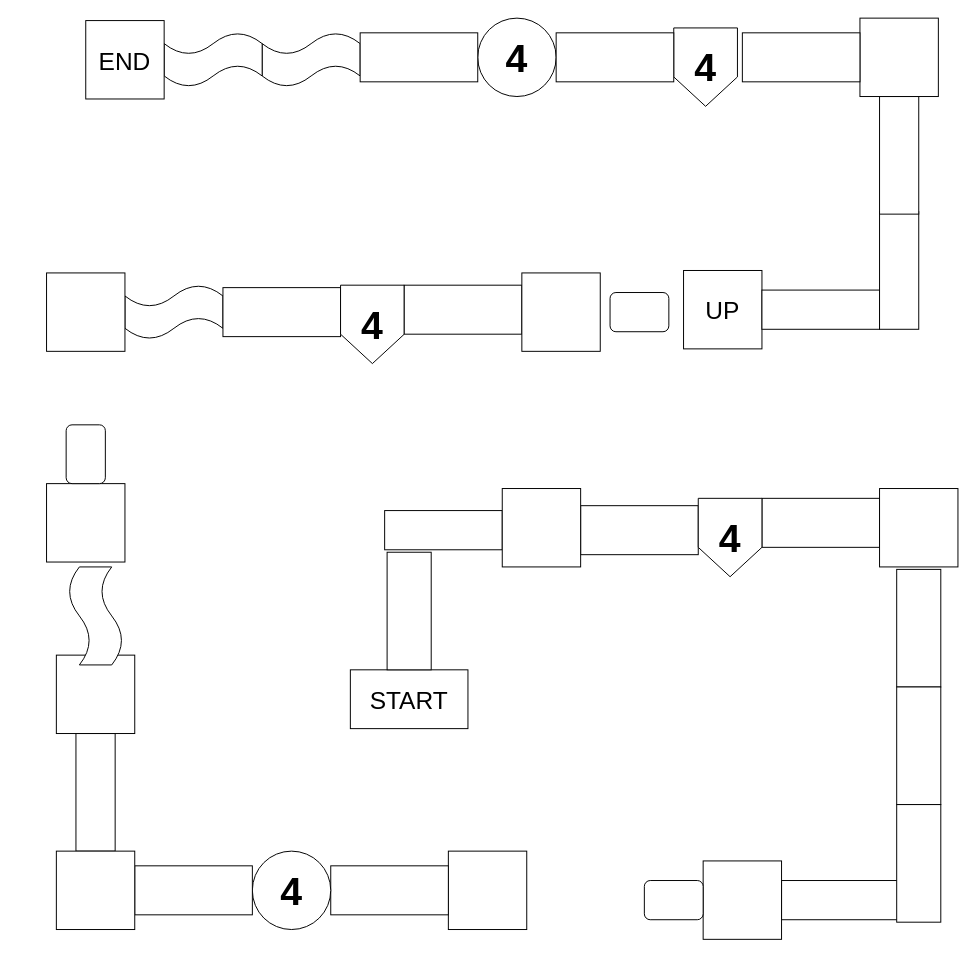
This is Level Design/Level_3.drawio from CrystalxBlade/Sky-Ball, a draw.io file, before an edit. Source tidied: cells renumbered, new cells numbered last; positions are measured from the earlier drawing's top-left corner, leaving out a move shared by most shapes. Both pictures are drawn from the tidied source at 98%, with x=0, y=0 at pixel (36, 18).
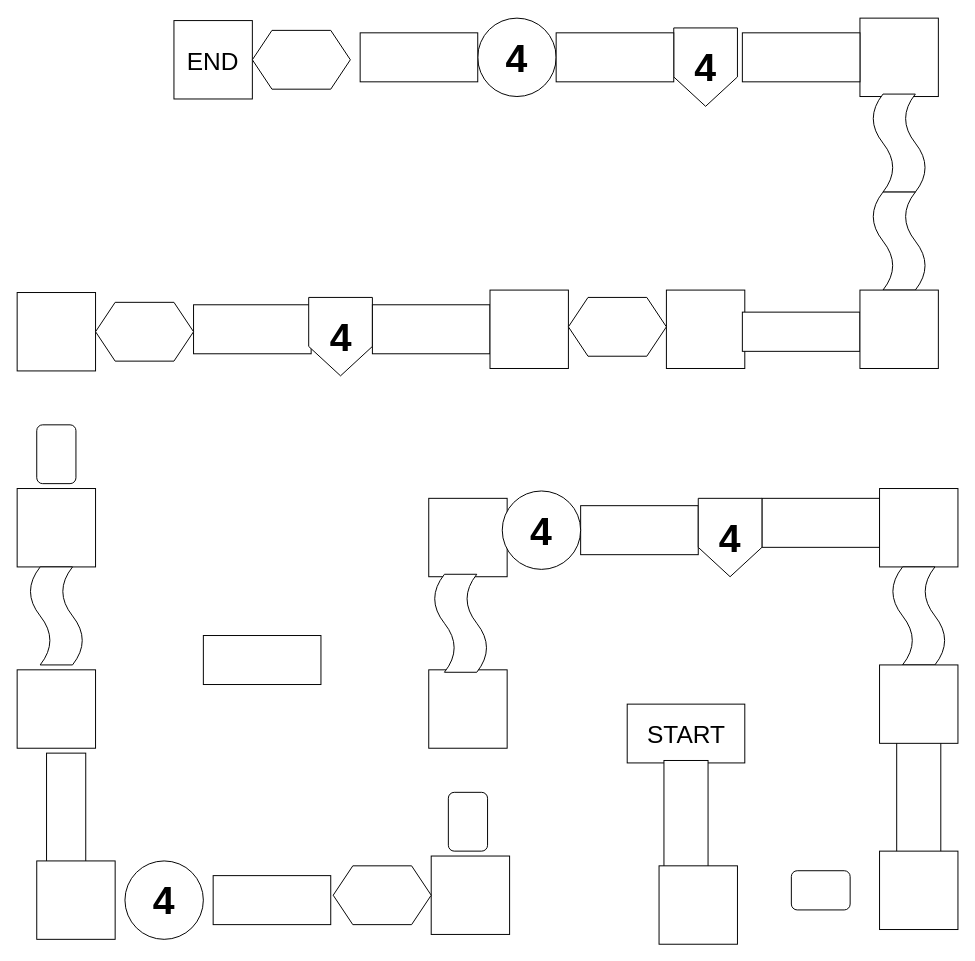
Above is the later version.

The edit, as a diff of the source:
```diff
@@
     <mxCell id="2" value="&lt;font style=&quot;font-size: 25px; color: light-dark(rgb(0, 0, 0), rgb(153, 51, 255));&quot;&gt;START&lt;/font&gt;" style="rounded=0;whiteSpace=wrap;html=1;fillColor=light-dark(#FFFFFF,#FFCC99);" parent="1" vertex="1">
-      <mxGeometry x="320" y="665" width="120" height="60" as="geometry" />
+      <mxGeometry x="602.5" y="700" width="120" height="60" as="geometry" />
     </mxCell>
     <mxCell id="3" style="rounded=0;whiteSpace=wrap;html=1;fillColor=light-dark(#FFFFFF,#CCCCCC);rotation=90;" parent="1" vertex="1">
-      <mxGeometry x="320" y="582.5" width="120" height="45" as="geometry" />
+      <mxGeometry x="602.5" y="795" width="120" height="45" as="geometry" />
     </mxCell>
-    <mxCell id="4" style="rounded=0;whiteSpace=wrap;html=1;fillColor=light-dark(#FFFFFF,#CCCCCC);rotation=-180;" parent="1" vertex="1">
-      <mxGeometry x="355" y="502.5" width="120" height="40" as="geometry" />
-    </mxCell>
@@
     <mxCell id="6" style="whiteSpace=wrap;html=1;fillColor=light-dark(#FFFFFF,#FFCC99);" parent="1" vertex="1">
-      <mxGeometry x="475" y="480" width="80" height="80" as="geometry" />
+      <mxGeometry x="400" y="490" width="80" height="80" as="geometry" />
     </mxCell>
@@
-    <mxCell id="9" style="rounded=0;whiteSpace=wrap;html=1;fillColor=light-dark(#FFFFFF,#CCCCCC);rotation=90;" parent="1" vertex="1">
-      <mxGeometry x="840" y="600" width="120" height="45" as="geometry" />
-    </mxCell>
     <mxCell id="10" style="rounded=0;whiteSpace=wrap;html=1;fillColor=light-dark(#FFFFFF,#CCCCCC);rotation=90;" parent="1" vertex="1">
-      <mxGeometry x="840" y="720" width="120" height="45" as="geometry" />
+      <mxGeometry x="840" y="770" width="120" height="45" as="geometry" />
     </mxCell>
-    <mxCell id="11" style="rounded=0;whiteSpace=wrap;html=1;fillColor=light-dark(#FFFFFF,#CCCCCC);rotation=-180;" parent="1" vertex="1">
-      <mxGeometry x="760" y="880" width="120" height="40" as="geometry" />
-    </mxCell>
-    <mxCell id="12" style="rounded=0;whiteSpace=wrap;html=1;fillColor=light-dark(#FFFFFF,#CCCCCC);rotation=90;" parent="1" vertex="1">
-      <mxGeometry x="840" y="840" width="120" height="45" as="geometry" />
-    </mxCell>
@@
     <mxCell id="14" style="whiteSpace=wrap;html=1;fillColor=light-dark(#FFFFFF,#FFCC99);" parent="1" vertex="1">
-      <mxGeometry x="680" y="860" width="80" height="80" as="geometry" />
+      <mxGeometry x="400" y="665" width="80" height="80" as="geometry" />
     </mxCell>
-    <mxCell id="15" style="rounded=1;whiteSpace=wrap;html=1;fillColor=light-dark(#FFFFFF,#FF99CC);rotation=90;" parent="1" vertex="1">
-      <mxGeometry x="630" y="870" width="40" height="60" as="geometry" />
+    <mxCell id="15" style="rounded=1;whiteSpace=wrap;html=1;fillColor=light-dark(#FFFFFF,#FF99CC);rotation=0;" parent="1" vertex="1">
+      <mxGeometry x="420" y="790" width="40" height="60" as="geometry" />
     </mxCell>
     <mxCell id="16" style="whiteSpace=wrap;html=1;fillColor=light-dark(#FFFFFF,#FFCC99);" parent="1" vertex="1">
-      <mxGeometry x="420" y="850" width="80" height="80" as="geometry" />
+      <mxGeometry x="402.5" y="855" width="80" height="80" as="geometry" />
     </mxCell>
     <mxCell id="17" style="rounded=0;whiteSpace=wrap;html=1;fillColor=light-dark(#FFFFFF,#FFCC99);" parent="1" vertex="1">
-      <mxGeometry x="300" y="865" width="120" height="50" as="geometry" />
+      <mxGeometry x="180" y="875" width="120" height="50" as="geometry" />
     </mxCell>
     <mxCell id="18" value="4" style="ellipse;whiteSpace=wrap;html=1;fillColor=light-dark(#FFFFFF,#CCCCFF);fontSize=40;fontStyle=1;fontColor=light-dark(#000000,#B266FF);labelBorderColor=none;" parent="1" vertex="1">
-      <mxGeometry x="220" y="850" width="80" height="80" as="geometry" />
+      <mxGeometry x="90" y="860" width="80" height="80" as="geometry" />
     </mxCell>
     <mxCell id="19" style="rounded=0;whiteSpace=wrap;html=1;fillColor=light-dark(#FFFFFF,#FFCC99);" parent="1" vertex="1">
-      <mxGeometry x="100" y="865" width="120" height="50" as="geometry" />
+      <mxGeometry x="170" y="630" width="120" height="50" as="geometry" />
     </mxCell>
     <mxCell id="20" style="rounded=0;whiteSpace=wrap;html=1;fillColor=light-dark(#FFFFFF,#CCCCCC);rotation=-90;" parent="1" vertex="1">
-      <mxGeometry y="770" width="120" height="40" as="geometry" />
+      <mxGeometry x="-30" y="790" width="120" height="40" as="geometry" />
     </mxCell>
     <mxCell id="21" style="whiteSpace=wrap;html=1;fillColor=light-dark(#FFFFFF,#FFCC99);" parent="1" vertex="1">
-      <mxGeometry x="20" y="850" width="80" height="80" as="geometry" />
+      <mxGeometry y="860" width="80" height="80" as="geometry" />
     </mxCell>
     <mxCell id="22" style="whiteSpace=wrap;html=1;fillColor=light-dark(#FFFFFF,#FFCC99);" parent="1" vertex="1">
-      <mxGeometry x="20" y="650" width="80" height="80" as="geometry" />
+      <mxGeometry x="-20" y="665" width="80" height="80" as="geometry" />
     </mxCell>
-    <mxCell id="23" style="shape=tape;whiteSpace=wrap;html=1;rotation=-180;fillColor=light-dark(#FFFFFF,#FF9933);" parent="1" vertex="1">
-      <mxGeometry x="90" y="272.5" width="100" height="55" as="geometry" />
+    <mxCell id="23" style="shape=tape;whiteSpace=wrap;html=1;rotation=90;fillColor=light-dark(#FFFFFF,#FF9933);" parent="1" vertex="1">
+      <mxGeometry x="382.5" y="590" width="100" height="55" as="geometry" />
     </mxCell>
     <mxCell id="24" style="whiteSpace=wrap;html=1;fillColor=light-dark(#FFFFFF,#FFCC99);" parent="1" vertex="1">
-      <mxGeometry x="10" y="475" width="80" height="80" as="geometry" />
+      <mxGeometry x="-20" y="480" width="80" height="80" as="geometry" />
     </mxCell>
     <mxCell id="25" style="rounded=1;whiteSpace=wrap;html=1;fillColor=light-dark(#FFFFFF,#FF99CC);rotation=-180;" parent="1" vertex="1">
-      <mxGeometry x="30" y="415" width="40" height="60" as="geometry" />
+      <mxGeometry y="415" width="40" height="60" as="geometry" />
     </mxCell>
     <mxCell id="26" style="whiteSpace=wrap;html=1;fillColor=light-dark(#FFFFFF,#FFCC99);" parent="1" vertex="1">
-      <mxGeometry x="10" y="260" width="80" height="80" as="geometry" />
+      <mxGeometry x="-20" y="280" width="80" height="80" as="geometry" />
     </mxCell>
     <mxCell id="27" style="shape=tape;whiteSpace=wrap;html=1;rotation=90;fillColor=light-dark(#FFFFFF,#FF9933);" parent="1" vertex="1">
-      <mxGeometry x="10" y="582.5" width="100" height="55" as="geometry" />
+      <mxGeometry x="-30" y="582.5" width="100" height="55" as="geometry" />
     </mxCell>
     <mxCell id="28" style="rounded=0;whiteSpace=wrap;html=1;fillColor=light-dark(#FFFFFF,#FFCC99);" parent="1" vertex="1">
-      <mxGeometry x="190" y="275" width="120" height="50" as="geometry" />
+      <mxGeometry x="160" y="292.5" width="120" height="50" as="geometry" />
     </mxCell>
     <mxCell id="29" value="&lt;h1&gt;4&lt;/h1&gt;" style="shape=offPageConnector;whiteSpace=wrap;html=1;fillColor=light-dark(#FFFFFF,#4D4D4D);fontSize=20;" parent="1" vertex="1">
-      <mxGeometry x="310" y="272.5" width="65" height="80" as="geometry" />
+      <mxGeometry x="277.5" y="285" width="65" height="80" as="geometry" />
     </mxCell>
     <mxCell id="30" style="rounded=0;whiteSpace=wrap;html=1;fillColor=light-dark(#FFFFFF,#FFCC99);" parent="1" vertex="1">
-      <mxGeometry x="375" y="272.5" width="120" height="50" as="geometry" />
+      <mxGeometry x="342.5" y="292.5" width="120" height="50" as="geometry" />
     </mxCell>
     <mxCell id="31" style="whiteSpace=wrap;html=1;fillColor=light-dark(#FFFFFF,#FFCC99);" parent="1" vertex="1">
-      <mxGeometry x="495" y="260" width="80" height="80" as="geometry" />
+      <mxGeometry x="462.5" y="277.5" width="80" height="80" as="geometry" />
     </mxCell>
-    <mxCell id="32" style="rounded=1;whiteSpace=wrap;html=1;fillColor=light-dark(#FFFFFF,#FF99CC);rotation=90;" parent="1" vertex="1">
-      <mxGeometry x="595" y="270" width="40" height="60" as="geometry" />
-    </mxCell>
-    <mxCell id="33" value="&lt;font style=&quot;color: light-dark(rgb(0, 0, 0), rgb(153, 51, 255)); font-size: 25px;&quot;&gt;UP&lt;/font&gt;" style="whiteSpace=wrap;html=1;fillColor=light-dark(#FFFFFF,#FFCC99);" parent="1" vertex="1">
-      <mxGeometry x="660" y="257.5" width="80" height="80" as="geometry" />
+    <mxCell id="33" style="whiteSpace=wrap;html=1;fillColor=light-dark(#FFFFFF,#FFCC99);" parent="1" vertex="1">
+      <mxGeometry x="642.5" y="277.5" width="80" height="80" as="geometry" />
     </mxCell>
     <mxCell id="34" style="rounded=0;whiteSpace=wrap;html=1;fillColor=light-dark(#FFFFFF,#CCCCCC);rotation=-180;" parent="1" vertex="1">
-      <mxGeometry x="740" y="277.5" width="120" height="40" as="geometry" />
+      <mxGeometry x="720" y="300" width="120" height="40" as="geometry" />
     </mxCell>
-    <mxCell id="35" style="rounded=0;whiteSpace=wrap;html=1;fillColor=light-dark(#FFFFFF,#CCCCCC);rotation=90;" parent="1" vertex="1">
-      <mxGeometry x="820" y="237.5" width="120" height="40" as="geometry" />
-    </mxCell>
-    <mxCell id="36" style="rounded=0;whiteSpace=wrap;html=1;fillColor=light-dark(#FFFFFF,#CCCCCC);rotation=90;" parent="1" vertex="1">
-      <mxGeometry x="820" y="120" width="120" height="40" as="geometry" />
-    </mxCell>
@@
-    <mxCell id="42" style="shape=tape;whiteSpace=wrap;html=1;rotation=-180;fillColor=light-dark(#FFFFFF,#FF9933);" parent="1" vertex="1">
-      <mxGeometry x="230" y="15" width="100" height="55" as="geometry" />
-    </mxCell>
-    <mxCell id="43" style="shape=tape;whiteSpace=wrap;html=1;rotation=-180;fillColor=light-dark(#FFFFFF,#FF9933);" parent="1" vertex="1">
-      <mxGeometry x="130" y="15" width="100" height="55" as="geometry" />
-    </mxCell>
@@
     <mxCell id="45" value="&lt;font style=&quot;font-size: 25px; color: light-dark(rgb(0, 0, 0), rgb(153, 51, 255));&quot;&gt;END&lt;/font&gt;" style="rounded=0;whiteSpace=wrap;html=1;fillColor=light-dark(#FFFFFF,#FFCC99);" parent="1" vertex="1">
-      <mxGeometry x="50" y="2.5" width="80" height="80" as="geometry" />
+      <mxGeometry x="140" y="2.5" width="80" height="80" as="geometry" />
     </mxCell>
+    <mxCell id="46" style="shape=hexagon;perimeter=hexagonPerimeter2;whiteSpace=wrap;html=1;fixedSize=1;fillColor=light-dark(#FFFFFF,#66FFB3);" parent="1" vertex="1">
+      <mxGeometry x="220" y="12.5" width="100" height="60" as="geometry" />
+    </mxCell>
+    <mxCell id="47" style="shape=tape;whiteSpace=wrap;html=1;rotation=90;fillColor=light-dark(#FFFFFF,#FF9933);" parent="1" vertex="1">
+      <mxGeometry x="830" y="100" width="100" height="55" as="geometry" />
+    </mxCell>
+    <mxCell id="48" style="shape=tape;whiteSpace=wrap;html=1;rotation=90;fillColor=light-dark(#FFFFFF,#FF9933);" parent="1" vertex="1">
+      <mxGeometry x="830" y="200" width="100" height="55" as="geometry" />
+    </mxCell>
+    <mxCell id="49" style="whiteSpace=wrap;html=1;fillColor=light-dark(#FFFFFF,#FFCC99);" parent="1" vertex="1">
+      <mxGeometry x="840" y="277.5" width="80" height="80" as="geometry" />
+    </mxCell>
+    <mxCell id="50" style="shape=hexagon;perimeter=hexagonPerimeter2;whiteSpace=wrap;html=1;fixedSize=1;fillColor=light-dark(#FFFFFF,#66FFB3);" parent="1" vertex="1">
+      <mxGeometry x="542.5" y="285" width="100" height="60" as="geometry" />
+    </mxCell>
+    <mxCell id="51" style="shape=hexagon;perimeter=hexagonPerimeter2;whiteSpace=wrap;html=1;fixedSize=1;fillColor=light-dark(#FFFFFF,#66FFB3);" parent="1" vertex="1">
+      <mxGeometry x="60" y="290" width="100" height="60" as="geometry" />
+    </mxCell>
+    <mxCell id="52" style="shape=hexagon;perimeter=hexagonPerimeter2;whiteSpace=wrap;html=1;fixedSize=1;fillColor=light-dark(#FFFFFF,#66FFB3);" parent="1" vertex="1">
+      <mxGeometry x="302.5" y="865" width="100" height="60" as="geometry" />
+    </mxCell>
+    <mxCell id="53" style="whiteSpace=wrap;html=1;fillColor=light-dark(#FFFFFF,#FFCC99);" parent="1" vertex="1">
+      <mxGeometry x="860" y="850" width="80" height="80" as="geometry" />
+    </mxCell>
+    <mxCell id="54" style="rounded=1;whiteSpace=wrap;html=1;fillColor=light-dark(#FFFFFF,#FF99CC);rotation=90;" parent="1" vertex="1">
+      <mxGeometry x="780" y="860" width="40" height="60" as="geometry" />
+    </mxCell>
+    <mxCell id="55" style="whiteSpace=wrap;html=1;fillColor=light-dark(#FFFFFF,#FFCC99);" parent="1" vertex="1">
+      <mxGeometry x="635" y="865" width="80" height="80" as="geometry" />
+    </mxCell>
+    <mxCell id="56" style="shape=tape;whiteSpace=wrap;html=1;rotation=90;fillColor=light-dark(#FFFFFF,#FF9933);" parent="1" vertex="1">
+      <mxGeometry x="850" y="582.5" width="100" height="55" as="geometry" />
+    </mxCell>
+    <mxCell id="57" style="whiteSpace=wrap;html=1;fillColor=light-dark(#FFFFFF,#FFCC99);" parent="1" vertex="1">
+      <mxGeometry x="860" y="660" width="80" height="80" as="geometry" />
+    </mxCell>
+    <mxCell id="58" value="4" style="ellipse;whiteSpace=wrap;html=1;fillColor=light-dark(#FFFFFF,#CCCCFF);fontSize=40;fontStyle=1;fontColor=light-dark(#000000,#B266FF);labelBorderColor=none;" parent="1" vertex="1">
+      <mxGeometry x="475" y="482.5" width="80" height="80" as="geometry" />
+    </mxCell>
```
